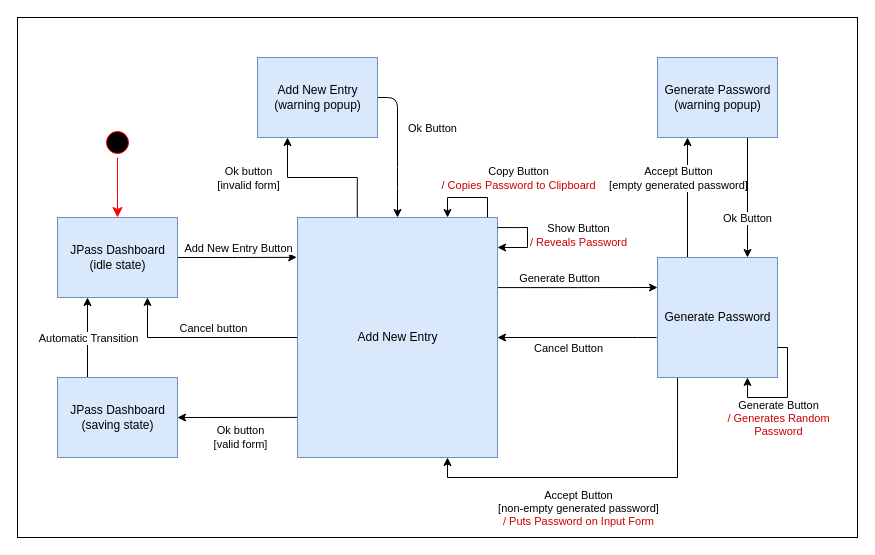
Telmooo/jpass keeps this draw.io diagram as qf-test/AddEntry_v2.drawio. Above is the earlier version. Source tidied: cells renumbered, new cells numbered last; positions are measured from the earlier drawing's top-left corner, leaving out a move shared by most shapes. Both pictures are drawn from the tidied source at 100%, with x=0, y=0 at pixel (17, 17).
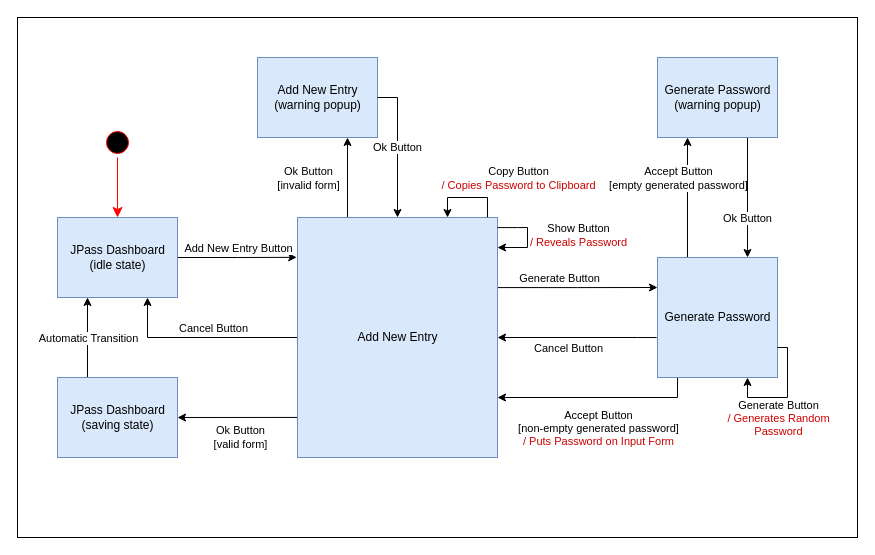
The same page after the edit.

Commit message:
Name consistency tweaks to AddEntry state diagram

The change refers to these unchanged cells:
```xml
<mxCell id="6" style="edgeStyle=orthogonalEdgeStyle;rounded=0;jettySize=auto;html=1;entryX=1;entryY=0.5;entryDx=0;entryDy=0;exitX=0;exitY=0.833;exitDx=0;exitDy=0;exitPerimeter=0;" parent="1" edge="1" source="13" target="24">
  <mxGeometry relative="1" as="geometry">
    <Array as="points">
      <mxPoint x="340" y="400" />
      <mxPoint x="340" y="400" />
    </Array>
  </mxGeometry>
</mxCell>
<mxCell id="11" style="edgeStyle=orthogonalEdgeStyle;rounded=0;jettySize=auto;html=1;exitX=0;exitY=0.5;exitDx=0;exitDy=0;entryX=0.75;entryY=1;entryDx=0;entryDy=0;" parent="1" edge="1" source="13" target="5">
  <mxGeometry relative="1" as="geometry">
    <Array as="points">
      <mxPoint x="130" y="320" />
    </Array>
  </mxGeometry>
</mxCell>
<mxCell id="13" value="Add New Entry" style="html=1;fillColor=#dae8fc;strokeColor=#6c8ebf;" parent="1" vertex="1">
  <mxGeometry x="280" y="200" width="200" height="240" as="geometry" />
</mxCell>
<mxCell id="20" value="Generate Password" style="html=1;fillColor=#dae8fc;strokeColor=#6c8ebf;" parent="1" vertex="1">
  <mxGeometry x="640" y="240" width="120" height="120" as="geometry" />
</mxCell>
<mxCell id="30" value="Add New Entry&lt;br&gt;(warning popup)" style="html=1;fillColor=#dae8fc;strokeColor=#6c8ebf;" parent="1" vertex="1">
  <mxGeometry x="240" y="40" width="120" height="80" as="geometry" />
</mxCell>
```

The edit, as a diff of the source:
```diff
@@
-    <mxCell id="7" value="Ok button&lt;br&gt;[valid form]" style="edgeLabel;html=1;align=center;verticalAlign=middle;" parent="6" vertex="1">
+    <mxCell id="7" value="Ok Button&lt;br&gt;[valid form]" style="edgeLabel;html=1;align=center;verticalAlign=middle;" parent="6" vertex="1">
       <mxGeometry x="0.48" y="2" relative="1" as="geometry">
         <mxPoint y="18" as="offset" />
       </mxGeometry>
     </mxCell>
-    <mxCell id="8" style="edgeStyle=orthogonalEdgeStyle;rounded=0;jettySize=auto;html=1;exitX=0.299;exitY=0;exitDx=0;exitDy=0;entryX=0.25;entryY=1;entryDx=0;entryDy=0;exitPerimeter=0;" parent="1" edge="1" source="13" target="30">
+    <mxCell id="8" style="edgeStyle=orthogonalEdgeStyle;rounded=0;jettySize=auto;html=1;exitX=0.25;exitY=0;exitDx=0;exitDy=0;entryX=0.75;entryY=1;entryDx=0;entryDy=0;" parent="1" edge="1" source="13" target="30">
       <mxGeometry relative="1" as="geometry" />
     </mxCell>
@@
-    <mxCell id="12" value="Cancel button" style="edgeLabel;html=1;align=center;verticalAlign=middle;" parent="11" vertex="1">
+    <mxCell id="12" value="Cancel Button" style="edgeLabel;html=1;align=center;verticalAlign=middle;" parent="11" vertex="1">
       <mxGeometry x="-0.02" relative="1" as="geometry">
         <mxPoint x="8" y="-10" as="offset" />
       </mxGeometry>
     </mxCell>
@@
-    <mxCell id="16" style="edgeStyle=orthogonalEdgeStyle;rounded=0;jettySize=auto;html=1;exitX=0.167;exitY=1;exitDx=0;exitDy=0;entryX=0.75;entryY=1;entryDx=0;entryDy=0;exitPerimeter=0;" parent="1" edge="1" source="20" target="13">
-      <mxGeometry relative="1" as="geometry" />
+    <mxCell id="16" style="edgeStyle=orthogonalEdgeStyle;rounded=0;jettySize=auto;html=1;exitX=0.167;exitY=1;exitDx=0;exitDy=0;entryX=1;entryY=0.75;entryDx=0;entryDy=0;exitPerimeter=0;" parent="1" edge="1" source="20" target="13">
+      <mxGeometry relative="1" as="geometry">
+        <Array as="points">
+          <mxPoint x="660" y="380" />
+        </Array>
+      </mxGeometry>
     </mxCell>
     <mxCell id="17" value="Accept Button&lt;br&gt;[non-empty generated password]&lt;br&gt;&lt;font color=&quot;#cc0000&quot;&gt;/ Puts Password on Input Form&lt;/font&gt;" style="edgeLabel;html=1;align=center;verticalAlign=middle;" parent="16" vertex="1">
       <mxGeometry x="-0.21" y="-1" relative="1" as="geometry">
-        <mxPoint x="-62" y="31" as="offset" />
+        <mxPoint x="-21" y="31" as="offset" />
       </mxGeometry>
     </mxCell>
@@
-    <mxCell id="28" style="edgeStyle=none;html=1;exitX=1;exitY=0.5;exitDx=0;exitDy=0;entryX=0.5;entryY=0;entryDx=0;entryDy=0;" parent="1" edge="1" source="30" target="13">
-      <mxGeometry relative="1" as="geometry">
-        <Array as="points">
-          <mxPoint x="380" y="80" />
-          <mxPoint x="380" y="160" />
-        </Array>
-      </mxGeometry>
-    </mxCell>
-    <mxCell id="29" value="Ok Button" style="edgeLabel;html=1;align=center;verticalAlign=middle;" parent="28" vertex="1">
-      <mxGeometry x="-0.44" y="1" relative="1" as="geometry">
-        <mxPoint x="33" y="11" as="offset" />
-      </mxGeometry>
-    </mxCell>
@@
-    <mxCell id="31" value="Ok button&lt;br&gt;[invalid form]" style="edgeLabel;html=1;align=center;verticalAlign=middle;" parent="1" vertex="1">
-      <mxGeometry x="230" y="160" as="geometry" />
+    <mxCell id="31" value="Ok Button&lt;br&gt;[invalid form]" style="edgeLabel;html=1;align=center;verticalAlign=middle;" parent="1" vertex="1">
+      <mxGeometry x="290" y="160" as="geometry" />
     </mxCell>
@@
+    <mxCell id="29" value="Ok Button" style="edgeStyle=orthogonalEdgeStyle;rounded=0;jettySize=auto;html=1;exitX=1;exitY=0.5;exitDx=0;exitDy=0;entryX=0.5;entryY=0;entryDx=0;entryDy=0;" parent="1" edge="1" source="30" target="13">
+      <mxGeometry relative="1" as="geometry" />
+    </mxCell>
```
